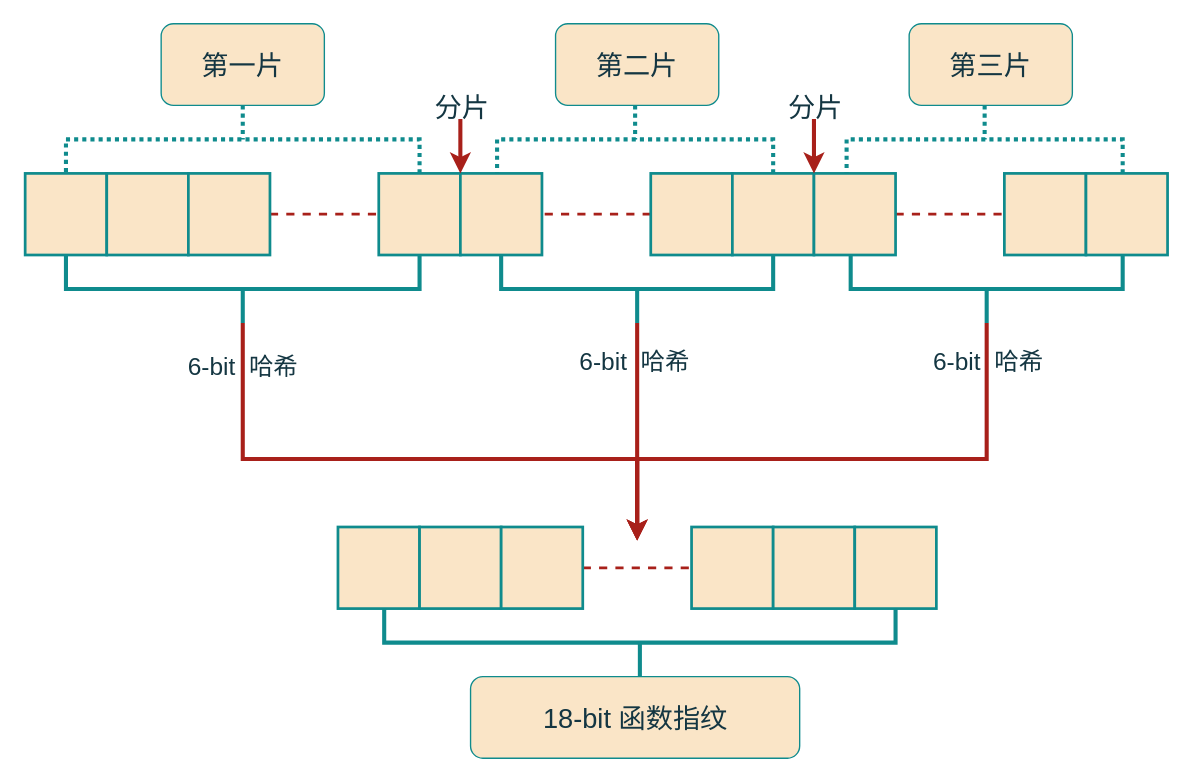
Above: ssdeep.drawio in wanghaoxu001/cloudimg (draw.io), before the change. Source tidied: cells renumbered, new cells numbered last; positions are measured from the earlier drawing's top-left corner, leaving out a move shared by most shapes. Both pictures are drawn from the tidied source at 136%, with x=0, y=0 at pixel (24, 23).
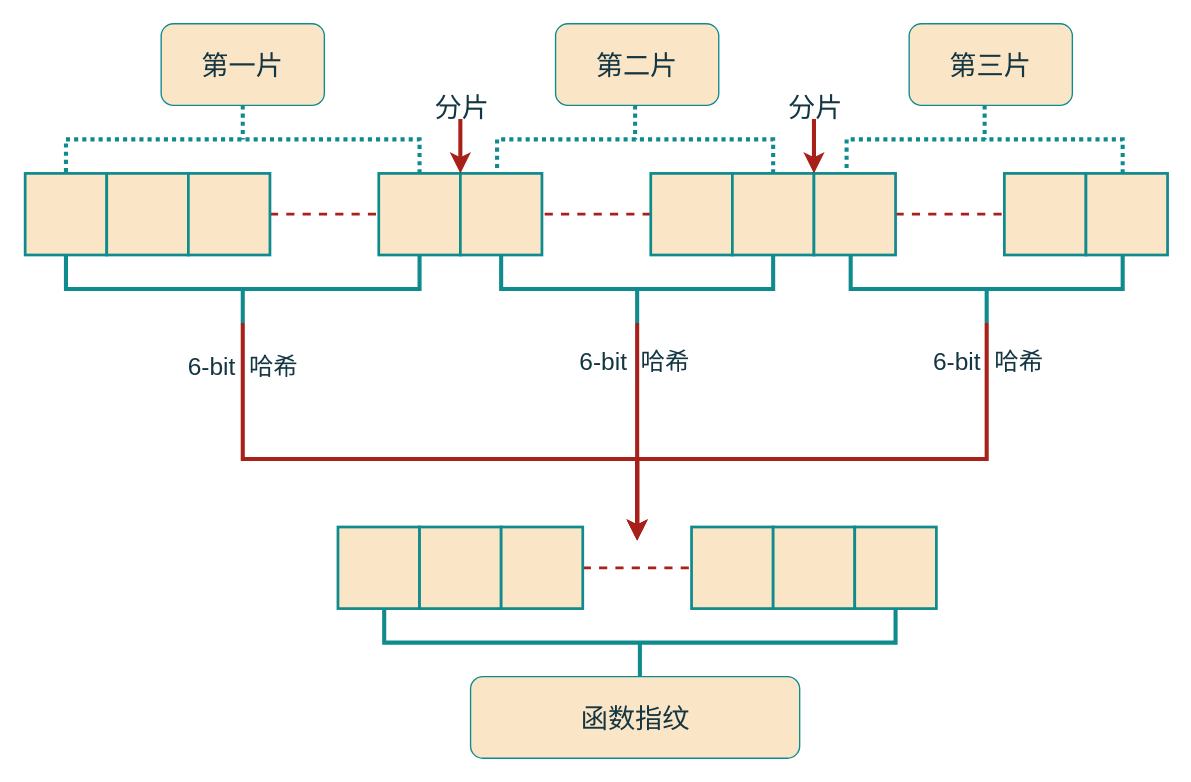
After the change.

Diff of the diagram source:
```diff
@@
-    <mxCell id="42" value="18-bit 函数指纹" style="rounded=1;whiteSpace=wrap;html=1;strokeColor=#0F8B8D;fontColor=#143642;fillColor=#FAE5C7;fontSize=20;" parent="1" vertex="1">
+    <mxCell id="42" value="函数指纹" style="rounded=1;whiteSpace=wrap;html=1;strokeColor=#0F8B8D;fontColor=#143642;fillColor=#FAE5C7;fontSize=20;" parent="1" vertex="1">
       <mxGeometry x="327.5" y="480" width="242" height="60" as="geometry" />
     </mxCell>
```
